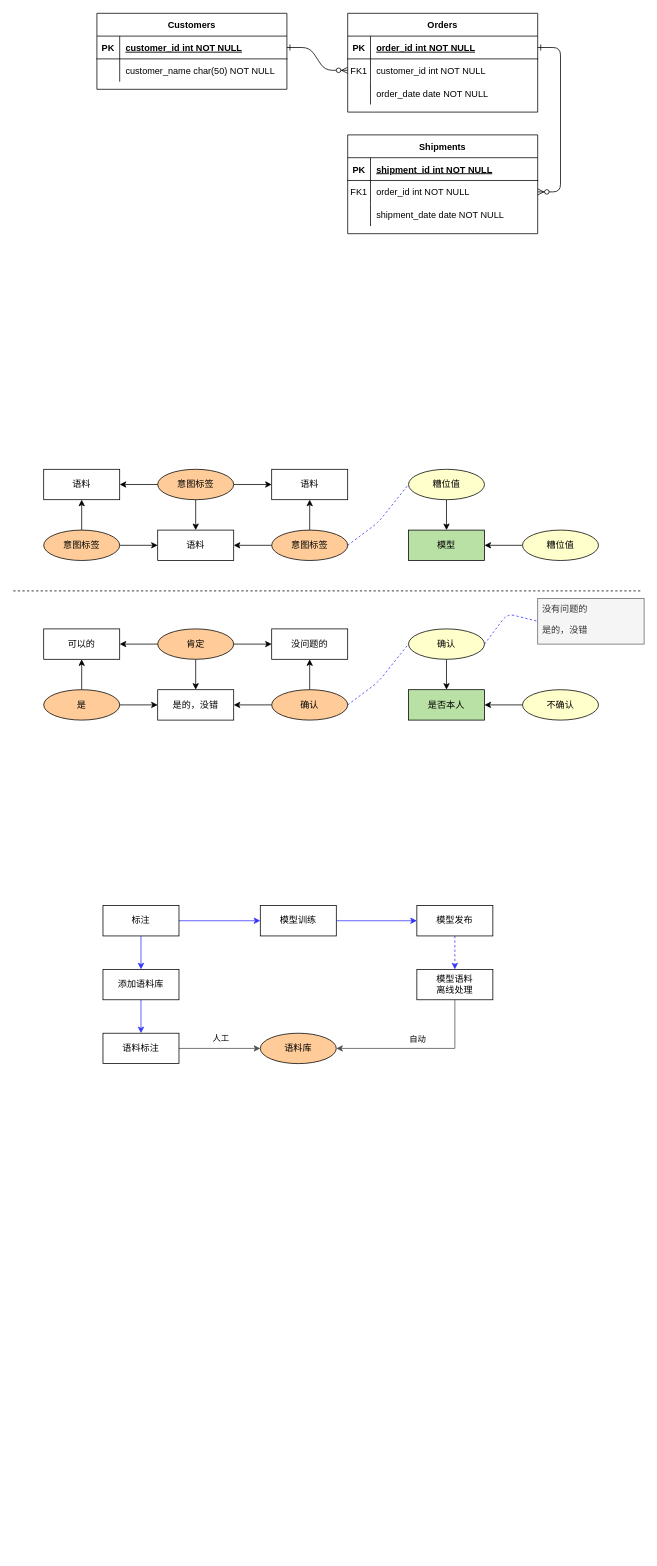
trey03/draw keeps this draw.io diagram as 实体.drawio. Above is the earlier version. Source tidied: cells renumbered, new cells numbered last; positions are measured from the earlier drawing's top-left corner, leaving out a move shared by most shapes. Both pictures are drawn from the tidied source at 76%, with x=0, y=0 at pixel (13, 13).
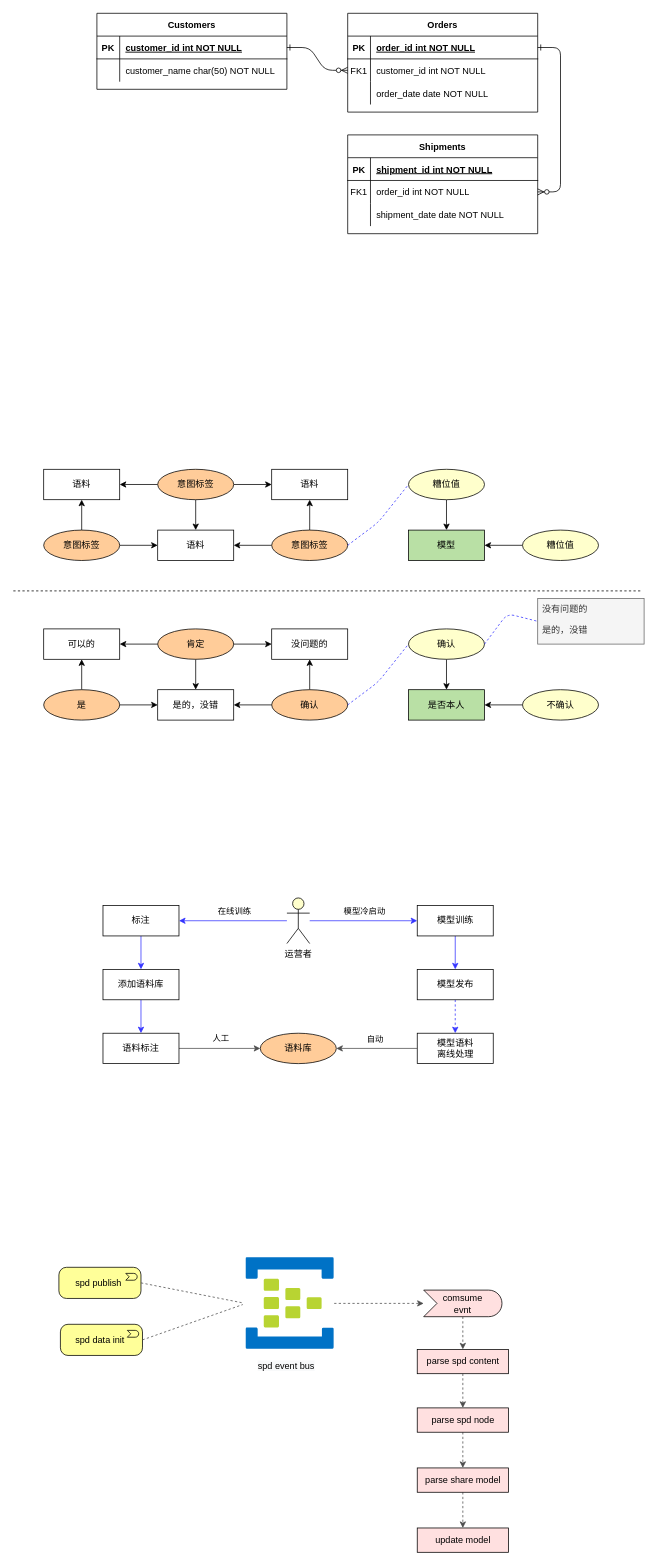
After the change.

The change refers to these unchanged cells:
```xml
<mxCell id="74" value="标注" style="whiteSpace=wrap;html=1;align=center;" parent="1" vertex="1">
  <mxGeometry x="118" y="1174" width="100" height="40" as="geometry" />
</mxCell>
<mxCell id="84" value="语料库" style="ellipse;whiteSpace=wrap;html=1;align=center;fillColor=#FFCC99;" parent="1" vertex="1">
  <mxGeometry x="325" y="1342" width="100" height="40" as="geometry" />
</mxCell>
```

The edit, as a diff of the source:
```diff
@@
-    <mxCell id="72" style="edgeStyle=orthogonalEdgeStyle;rounded=0;jettySize=auto;html=1;strokeColor=#3333FF;" parent="1" edge="1" source="74" target="76">
-      <mxGeometry relative="1" as="geometry" />
-    </mxCell>
@@
     <mxCell id="76" value="模型训练" style="whiteSpace=wrap;html=1;align=center;" parent="1" vertex="1">
-      <mxGeometry x="325" y="1174" width="100" height="40" as="geometry" />
+      <mxGeometry x="531.5" y="1174" width="100" height="40" as="geometry" />
     </mxCell>
@@
     <mxCell id="78" value="模型发布" style="whiteSpace=wrap;html=1;align=center;" parent="1" vertex="1">
-      <mxGeometry x="531" y="1174" width="100" height="40" as="geometry" />
+      <mxGeometry x="531.5" y="1258" width="100" height="40" as="geometry" />
     </mxCell>
@@
     <mxCell id="85" value="模型语料&lt;br&gt;离线处理" style="whiteSpace=wrap;html=1;align=center;" parent="1" vertex="1">
-      <mxGeometry x="531" y="1258" width="100" height="40" as="geometry" />
+      <mxGeometry x="531.5" y="1342" width="100" height="40" as="geometry" />
     </mxCell>
-    <mxCell id="86" style="edgeStyle=orthogonalEdgeStyle;rounded=0;jettySize=auto;html=1;exitX=0.5;exitY=1;exitDx=0;exitDy=0;entryX=1;entryY=0.5;entryDx=0;entryDy=0;strokeColor=#4D4D4D;" parent="1" edge="1" source="85" target="84">
+    <mxCell id="86" style="edgeStyle=orthogonalEdgeStyle;rounded=0;jettySize=auto;html=1;exitX=0;exitY=0.5;exitDx=0;exitDy=0;entryX=1;entryY=0.5;entryDx=0;entryDy=0;strokeColor=#4D4D4D;" parent="1" edge="1" source="85" target="84">
       <mxGeometry relative="1" as="geometry" />
     </mxCell>
@@
+    <mxCell id="88" style="edgeStyle=orthogonalEdgeStyle;rounded=0;jettySize=auto;html=1;dashed=1;strokeColor=#4D4D4D;" parent="1" edge="1" source="89" target="97">
+      <mxGeometry relative="1" as="geometry" />
+    </mxCell>
+    <mxCell id="89" style="html=1;points=[];align=center;image;fontSize=12;image=img/lib/mscae/Event_Hubs.svg;fillColor=#FFFFCC;" parent="1" vertex="1">
+      <mxGeometry x="306" y="1637" width="116.2" height="121" as="geometry" />
+    </mxCell>
+    <mxCell id="90" value="spd publish&amp;nbsp;" style="html=1;outlineConnect=0;whiteSpace=wrap;fillColor=#ffff99;shape=mxgraph.archimate3.application;appType=event;archiType=rounded;" parent="1" vertex="1">
+      <mxGeometry x="60" y="1650" width="108" height="41" as="geometry" />
+    </mxCell>
+    <mxCell id="91" value="spd data init&amp;nbsp;" style="html=1;outlineConnect=0;whiteSpace=wrap;fillColor=#ffff99;shape=mxgraph.archimate3.application;appType=event;archiType=rounded;" parent="1" vertex="1">
+      <mxGeometry x="62" y="1725" width="108" height="41" as="geometry" />
+    </mxCell>
+    <mxCell id="92" style="endArrow=none;html=1;dashed=1;strokeColor=#4D4D4D;exitX=1;exitY=0.5;exitDx=0;exitDy=0;exitPerimeter=0;entryX=-0.026;entryY=0.496;entryDx=0;entryDy=0;entryPerimeter=0;" parent="1" edge="1" source="90" target="89">
+      <mxGeometry relative="1" as="geometry" />
+    </mxCell>
+    <mxCell id="93" style="endArrow=none;html=1;dashed=1;strokeColor=#4D4D4D;exitX=1;exitY=0.5;exitDx=0;exitDy=0;exitPerimeter=0;" parent="1" edge="1" source="91">
+      <mxGeometry relative="1" as="geometry">
+        <mxPoint x="302" y="1699" as="targetPoint" />
+      </mxGeometry>
+    </mxCell>
+    <mxCell id="94" value="&lt;span style=&quot;color: rgb(0 , 0 , 0) ; font-family: &amp;#34;helvetica&amp;#34; ; font-size: 12px ; font-style: normal ; font-weight: 400 ; letter-spacing: normal ; text-align: center ; text-indent: 0px ; text-transform: none ; word-spacing: 0px ; background-color: rgb(248 , 249 , 250) ; display: inline ; float: none&quot;&gt;spd event bus&lt;/span&gt;" style="text;whiteSpace=wrap;html=1;" parent="1" vertex="1">
+      <mxGeometry x="320.1" y="1766" width="88" height="28" as="geometry" />
+    </mxCell>
+    <mxCell id="95" style="edgeStyle=orthogonalEdgeStyle;rounded=0;orthogonalLoop=1;jettySize=auto;html=1;exitX=0.5;exitY=1;exitDx=0;exitDy=0;dashed=1;strokeColor=#4D4D4D;" parent="1" edge="1" source="94" target="94">
+      <mxGeometry relative="1" as="geometry" />
+    </mxCell>
+    <mxCell id="96" style="edgeStyle=orthogonalEdgeStyle;rounded=0;jettySize=auto;html=1;dashed=1;strokeColor=#4D4D4D;" parent="1" edge="1" source="97" target="99">
+      <mxGeometry relative="1" as="geometry" />
+    </mxCell>
+    <mxCell id="97" value="comsume &lt;br&gt;evnt" style="html=1;outlineConnect=0;whiteSpace=wrap;fillColor=#FFE0E0;shape=mxgraph.archimate3.event;" parent="1" vertex="1">
+      <mxGeometry x="540" y="1680" width="103" height="35" as="geometry" />
+    </mxCell>
+    <mxCell id="98" style="edgeStyle=orthogonalEdgeStyle;rounded=0;jettySize=auto;html=1;dashed=1;strokeColor=#4D4D4D;" parent="1" edge="1" source="99" target="101">
+      <mxGeometry relative="1" as="geometry" />
+    </mxCell>
+    <mxCell id="99" value="parse spd content" style="whiteSpace=wrap;html=1;fillColor=#FFE0E0;" parent="1" vertex="1">
+      <mxGeometry x="531.5" y="1758" width="120" height="32" as="geometry" />
+    </mxCell>
+    <mxCell id="100" style="edgeStyle=orthogonalEdgeStyle;rounded=0;jettySize=auto;html=1;dashed=1;strokeColor=#4D4D4D;" parent="1" edge="1" source="101" target="103">
+      <mxGeometry relative="1" as="geometry" />
+    </mxCell>
+    <mxCell id="101" value="parse spd node" style="whiteSpace=wrap;html=1;fillColor=#FFE0E0;" parent="1" vertex="1">
+      <mxGeometry x="531.5" y="1835" width="120" height="32" as="geometry" />
+    </mxCell>
+    <mxCell id="102" style="edgeStyle=orthogonalEdgeStyle;rounded=0;jettySize=auto;html=1;dashed=1;strokeColor=#4D4D4D;" parent="1" edge="1" source="103" target="104">
+      <mxGeometry relative="1" as="geometry" />
+    </mxCell>
+    <mxCell id="103" value="parse share model" style="whiteSpace=wrap;html=1;fillColor=#FFE0E0;" parent="1" vertex="1">
+      <mxGeometry x="531.5" y="1914" width="120" height="32" as="geometry" />
+    </mxCell>
+    <mxCell id="104" value="update model" style="whiteSpace=wrap;html=1;fillColor=#FFE0E0;" parent="1" vertex="1">
+      <mxGeometry x="531.5" y="1993" width="120" height="32" as="geometry" />
+    </mxCell>
+    <mxCell id="105" value="运营者" style="shape=umlActor;verticalLabelPosition=bottom;verticalAlign=top;html=1;outlineConnect=0;fillColor=#FFFFCC;" parent="1" vertex="1">
+      <mxGeometry x="360" y="1164" width="30" height="60" as="geometry" />
+    </mxCell>
+    <mxCell id="106" style="edgeStyle=orthogonalEdgeStyle;rounded=0;jettySize=auto;html=1;strokeColor=#3333FF;entryX=1;entryY=0.5;entryDx=0;entryDy=0;" parent="1" edge="1" source="105" target="74">
+      <mxGeometry relative="1" as="geometry" />
+    </mxCell>
+    <mxCell id="107" value="在线训练" style="edgeLabel;html=1;align=center;verticalAlign=middle;" parent="106" vertex="1">
+      <mxGeometry x="0.1" relative="1" as="geometry">
+        <mxPoint x="8" y="-14" as="offset" />
+      </mxGeometry>
+    </mxCell>
+    <mxCell id="108" style="edgeStyle=orthogonalEdgeStyle;rounded=0;jettySize=auto;html=1;strokeColor=#3333FF;entryX=0;entryY=0.5;entryDx=0;entryDy=0;" parent="1" edge="1" source="105" target="76">
+      <mxGeometry relative="1" as="geometry" />
+    </mxCell>
+    <mxCell id="109" value="模型冷启动" style="edgeLabel;html=1;align=center;verticalAlign=middle;" parent="108" vertex="1">
+      <mxGeometry y="2" relative="1" as="geometry">
+        <mxPoint y="-12" as="offset" />
+      </mxGeometry>
+    </mxCell>
```
